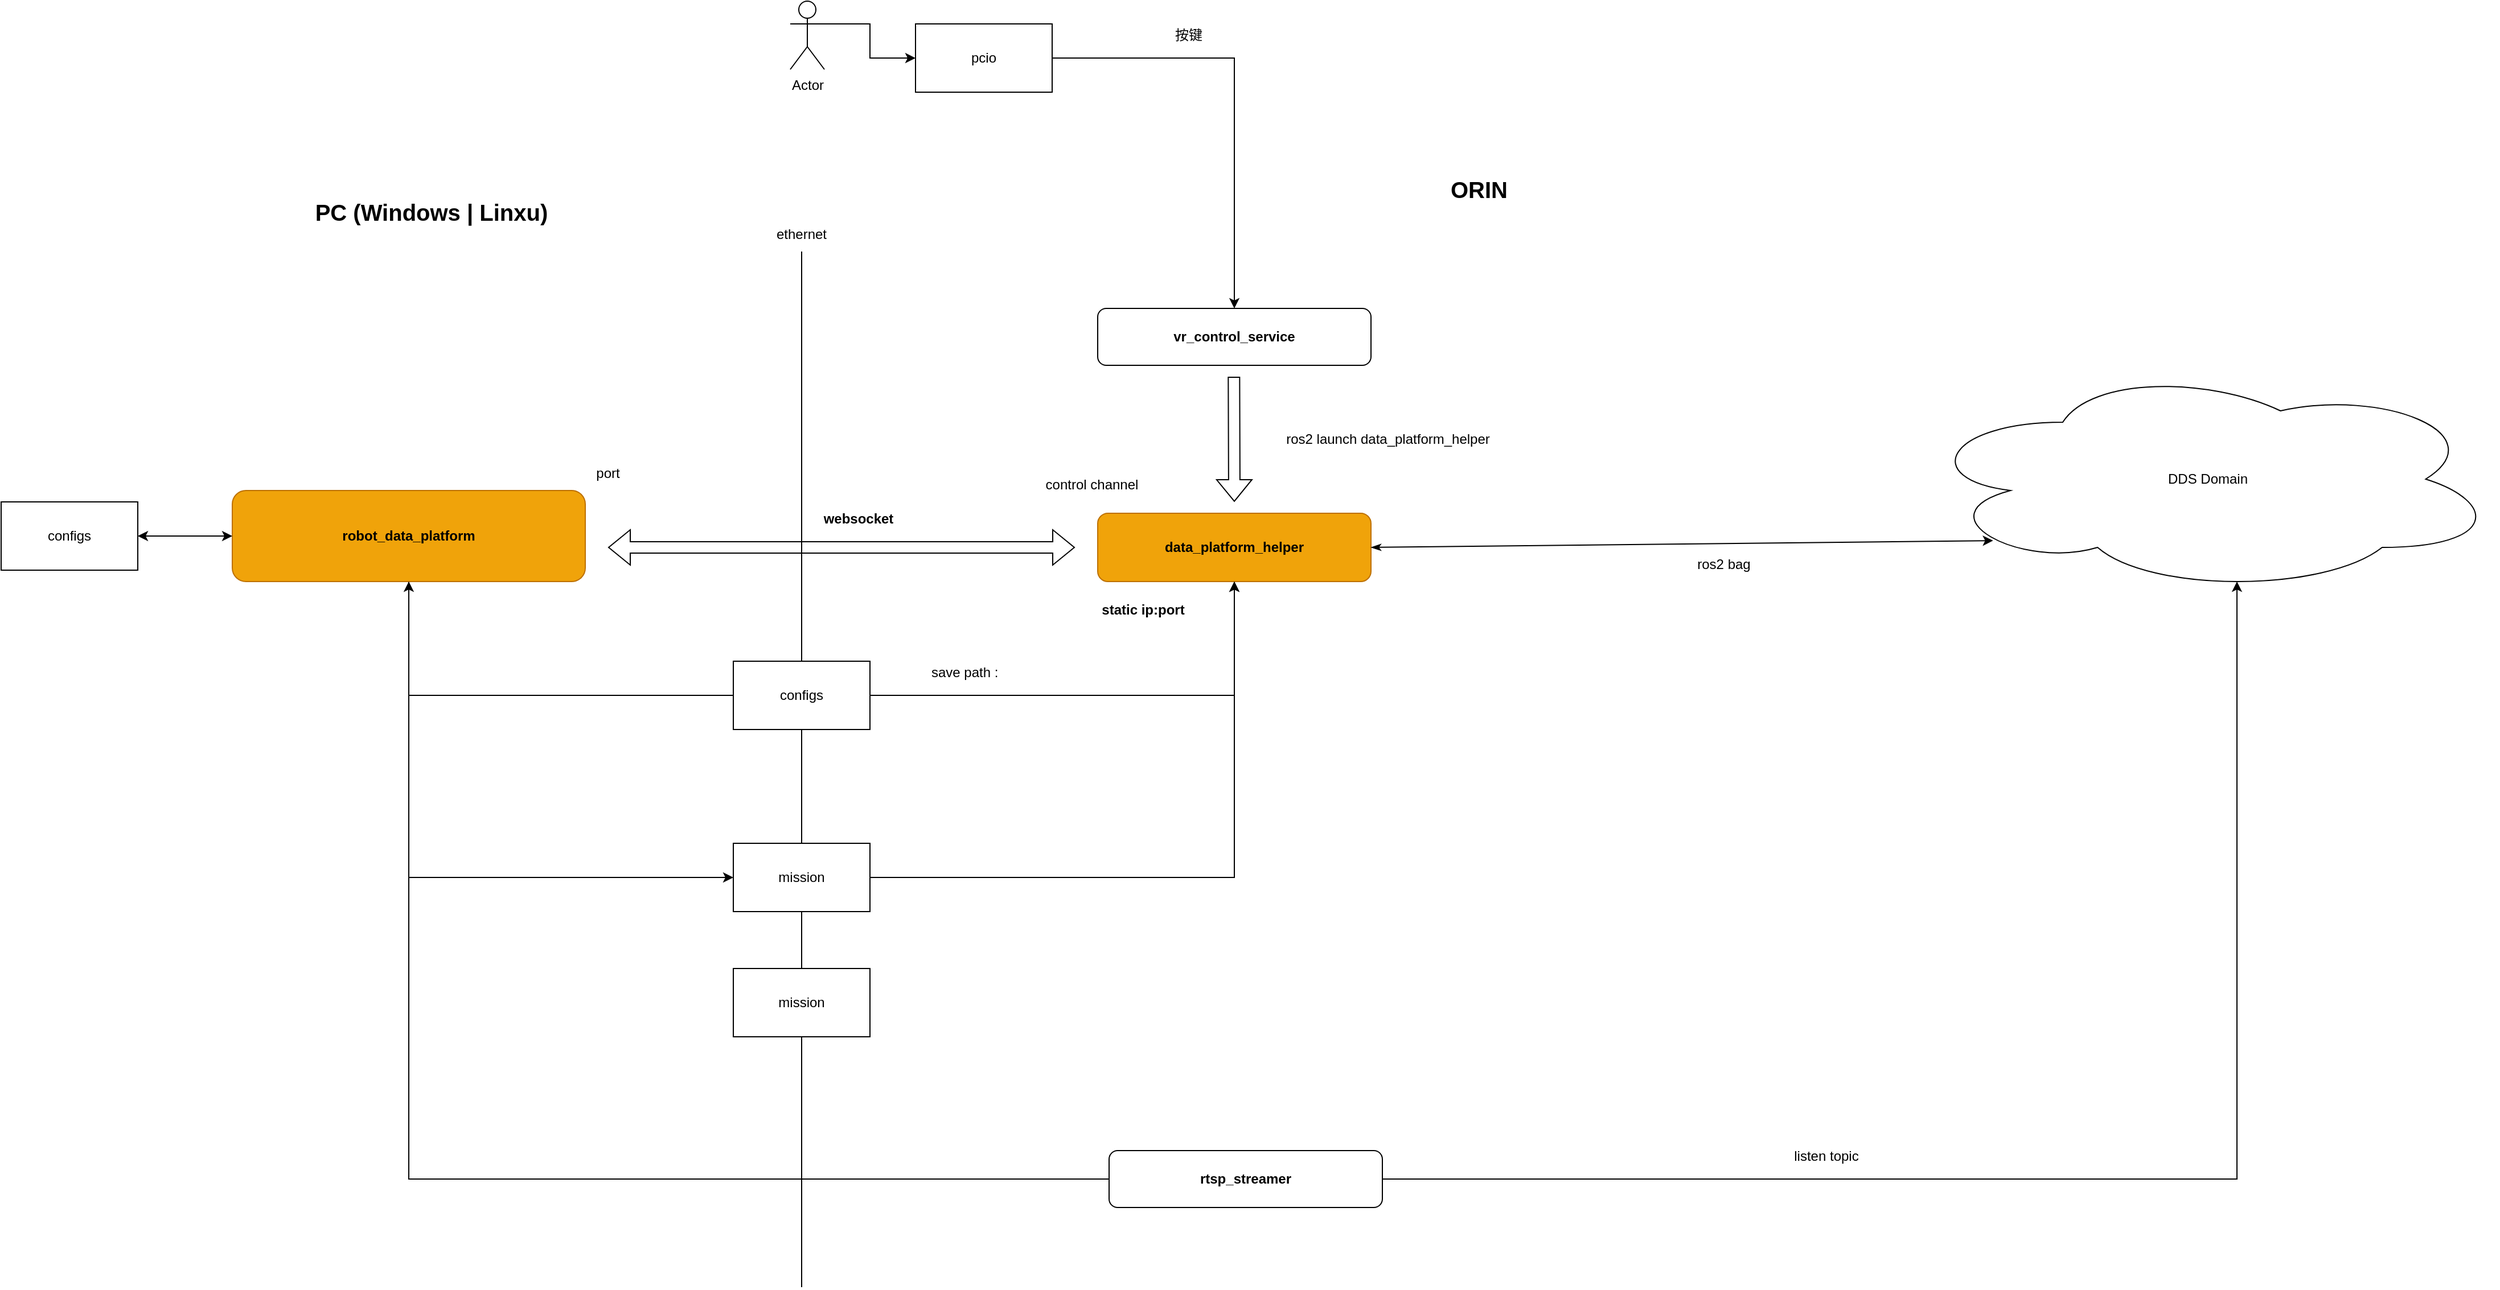
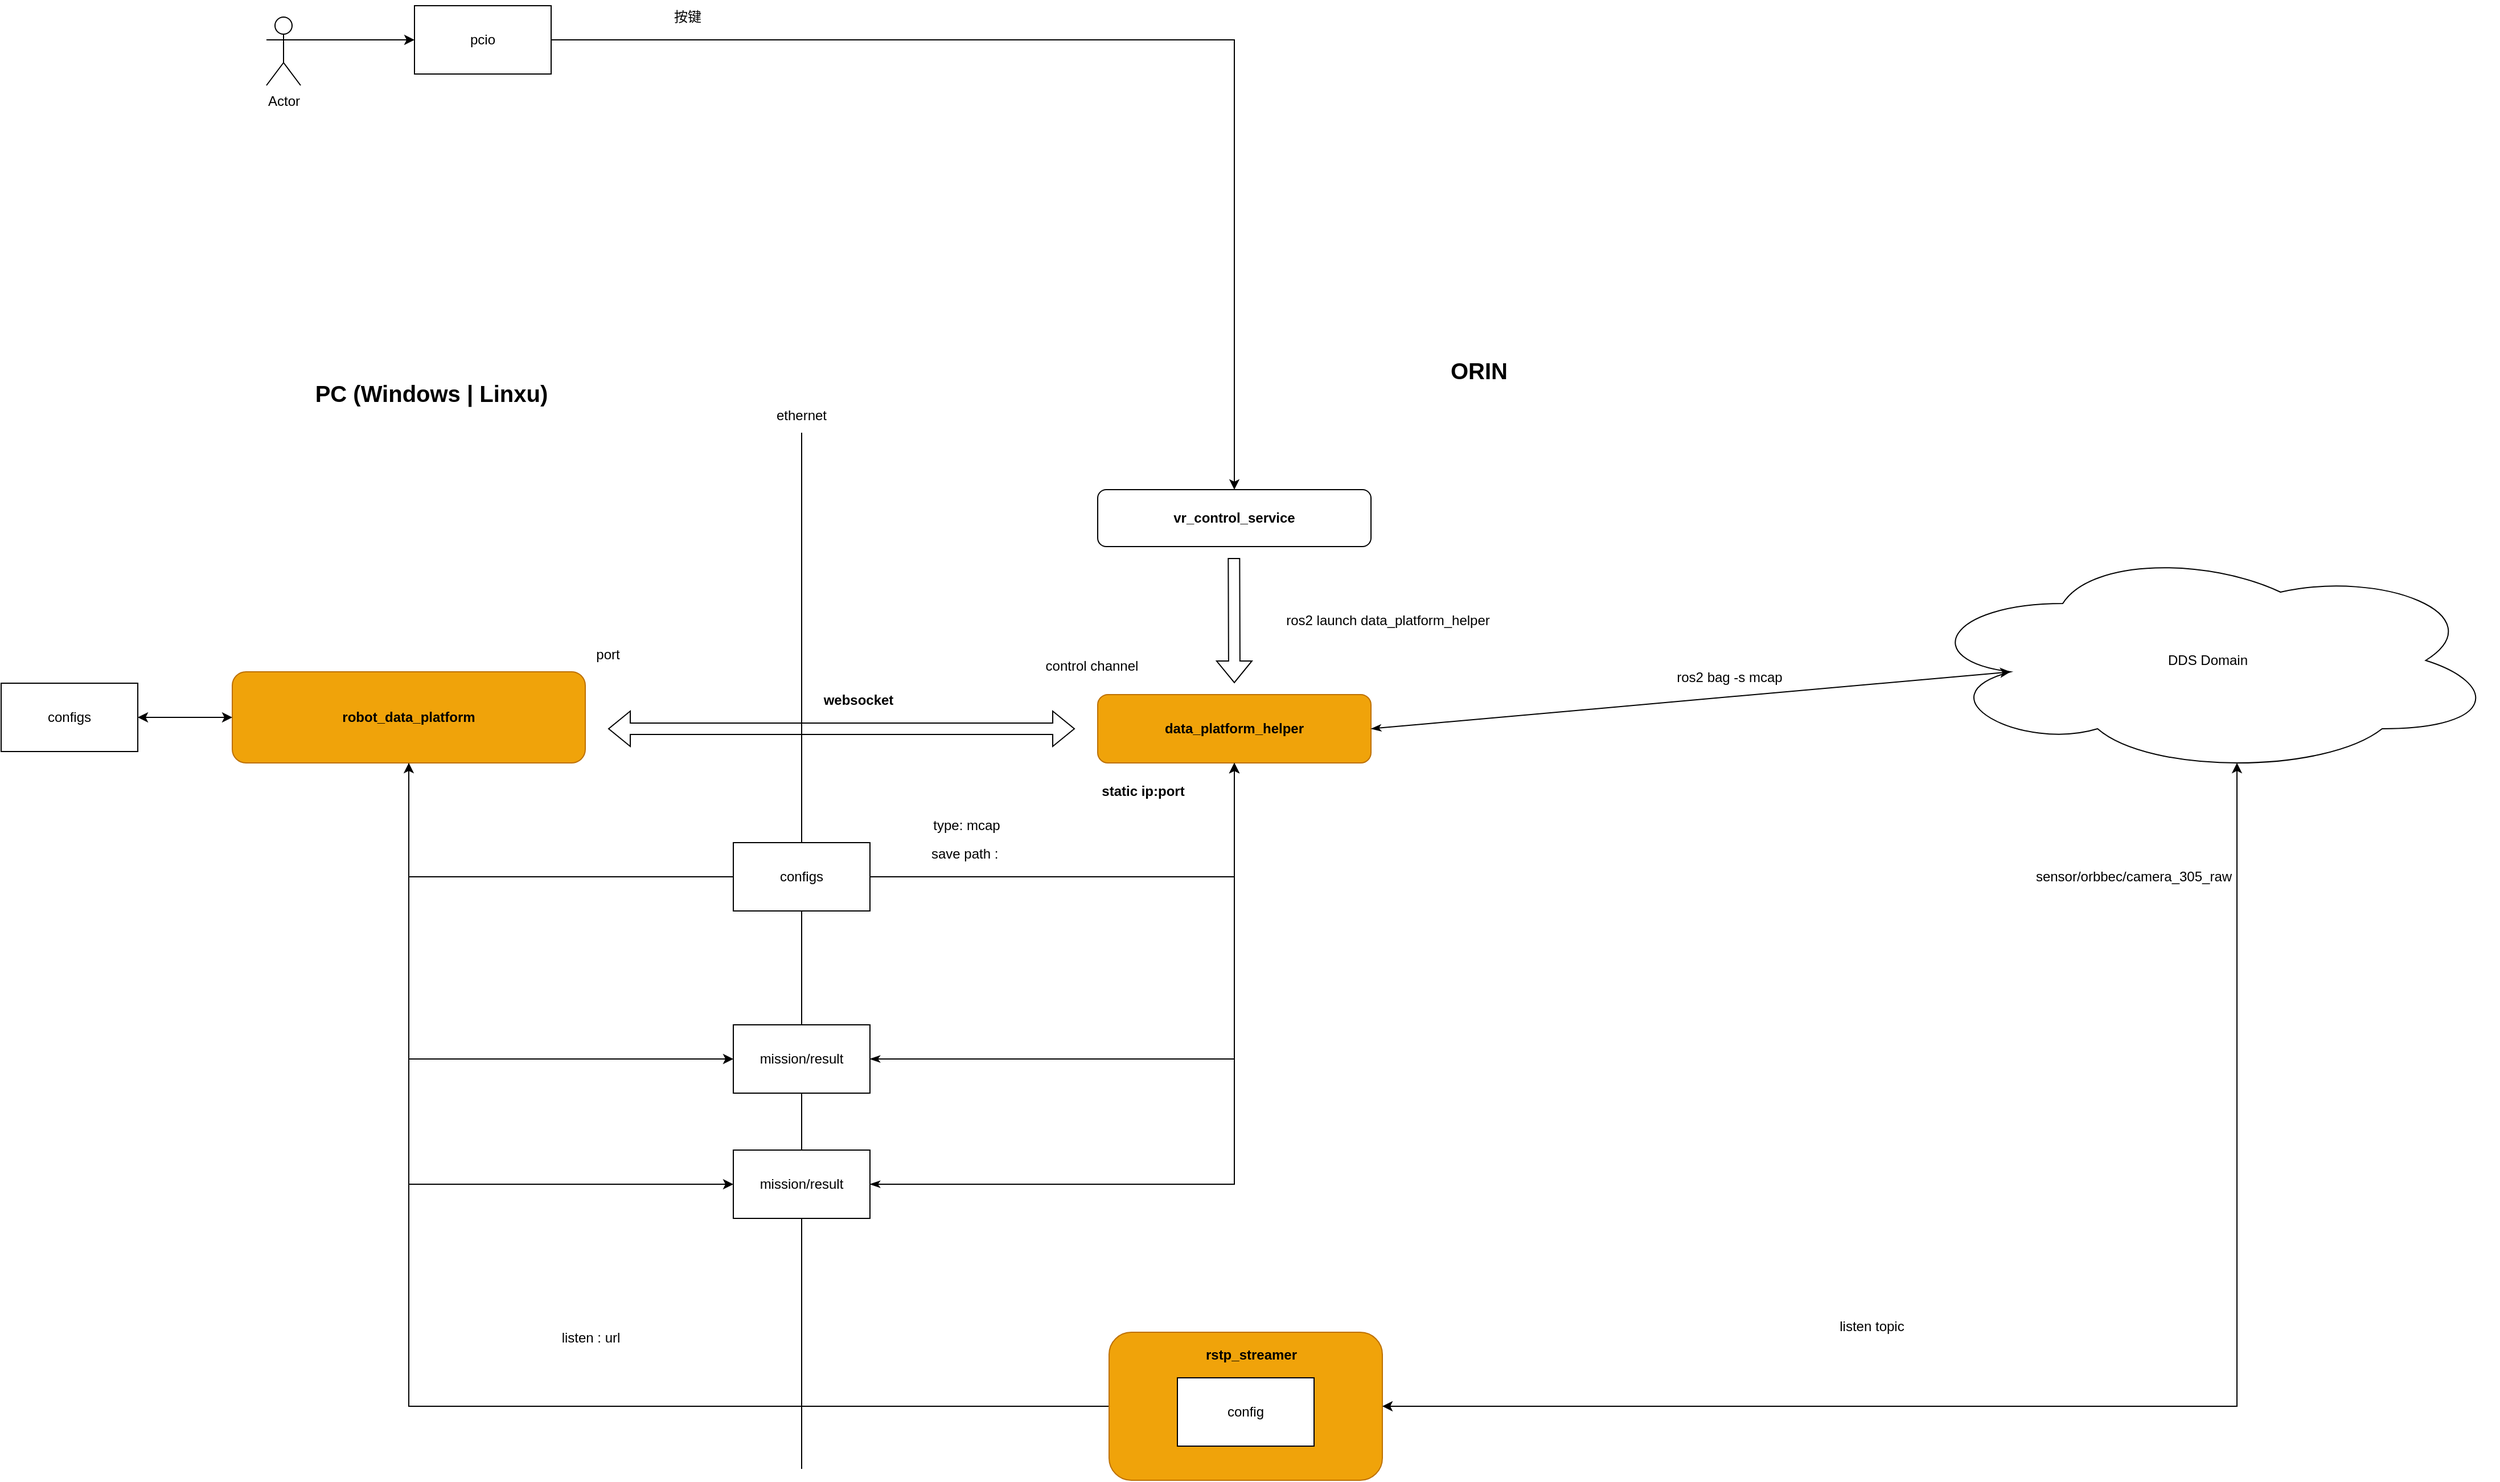
<mxfile host="app.diagrams.net" pages="2">
  <diagram name="第 1 页" id="ybuJFLsuspTRZjUBc2Sj">
-     <mxGraphModel dx="2183" dy="720" grid="1" gridSize="10" guides="1" tooltips="1" connect="1" arrows="1" fold="1" page="1" pageScale="1" pageWidth="827" pageHeight="1169" math="0" shadow="0">
+     <mxGraphModel dx="2377" dy="1992" grid="1" gridSize="10" guides="1" tooltips="1" connect="1" arrows="1" fold="1" page="1" pageScale="1" pageWidth="827" pageHeight="1169" math="0" shadow="0">
      <root>
        <mxCell id="0" />
        <mxCell id="1" parent="0" />
        <mxCell id="PG_7JgB4xY41xIrBQNpI-2" parent="1" style="text;html=1;whiteSpace=wrap;strokeColor=none;fillColor=none;align=center;verticalAlign=middle;rounded=0;fontStyle=1;fontSize=20;" value="ORIN" vertex="1">
          <mxGeometry height="50" width="250" x="640" y="150" as="geometry" />
        </mxCell>
        <mxCell id="PG_7JgB4xY41xIrBQNpI-3" edge="1" parent="1" source="PG_7JgB4xY41xIrBQNpI-25" style="endArrow=none;html=1;rounded=0;" value="">
          <mxGeometry height="50" relative="1" width="50" as="geometry">
            <mxPoint x="170" y="1140" as="sourcePoint" />
            <mxPoint x="170" y="230" as="targetPoint" />
          </mxGeometry>
        </mxCell>
        <mxCell id="PG_7JgB4xY41xIrBQNpI-4" parent="1" style="rounded=1;whiteSpace=wrap;html=1;fontStyle=1;fillColor=#f0a30a;fontColor=#000000;strokeColor=#BD7000;" value="data_platform_helper" vertex="1">
          <mxGeometry height="60" width="240" x="430" y="460" as="geometry" />
        </mxCell>
        <mxCell id="PG_7JgB4xY41xIrBQNpI-6" parent="1" style="rounded=1;whiteSpace=wrap;html=1;fontStyle=1" value="vr_control_service" vertex="1">
          <mxGeometry height="50" width="240" x="430" y="280" as="geometry" />
        </mxCell>
        <mxCell id="PG_7JgB4xY41xIrBQNpI-26" edge="1" parent="1" source="PG_7JgB4xY41xIrBQNpI-7" style="edgeStyle=orthogonalEdgeStyle;rounded=0;orthogonalLoop=1;jettySize=auto;html=1;exitX=0.5;exitY=1;exitDx=0;exitDy=0;entryX=0.5;entryY=1;entryDx=0;entryDy=0;" target="PG_7JgB4xY41xIrBQNpI-4">
          <mxGeometry relative="1" as="geometry">
            <Array as="points">
              <mxPoint x="-175" y="620" />
              <mxPoint x="550" y="620" />
            </Array>
            <mxPoint x="380" y="730" as="targetPoint" />
          </mxGeometry>
        </mxCell>
        <mxCell id="PG_7JgB4xY41xIrBQNpI-33" edge="1" parent="1" source="PG_7JgB4xY41xIrBQNpI-7" style="edgeStyle=orthogonalEdgeStyle;rounded=0;orthogonalLoop=1;jettySize=auto;html=1;exitX=0.5;exitY=1;exitDx=0;exitDy=0;entryX=0;entryY=0.5;entryDx=0;entryDy=0;" target="PG_7JgB4xY41xIrBQNpI-32">
          <mxGeometry relative="1" as="geometry" />
        </mxCell>
+         <mxCell id="PG_7JgB4xY41xIrBQNpI-48" edge="1" parent="1" source="PG_7JgB4xY41xIrBQNpI-7" style="edgeStyle=orthogonalEdgeStyle;rounded=0;orthogonalLoop=1;jettySize=auto;html=1;exitX=0.5;exitY=1;exitDx=0;exitDy=0;entryX=0;entryY=0.5;entryDx=0;entryDy=0;" target="PG_7JgB4xY41xIrBQNpI-38">
+           <mxGeometry relative="1" as="geometry" />
+         </mxCell>
        <mxCell id="PG_7JgB4xY41xIrBQNpI-7" parent="1" style="rounded=1;whiteSpace=wrap;html=1;fontStyle=1;fillColor=#f0a30a;fontColor=#000000;strokeColor=#BD7000;" value="robot_data_platform" vertex="1">
          <mxGeometry height="80" width="310" x="-330" y="440" as="geometry" />
        </mxCell>
        <mxCell id="PG_7JgB4xY41xIrBQNpI-8" parent="1" style="text;html=1;whiteSpace=wrap;strokeColor=none;fillColor=none;align=center;verticalAlign=middle;rounded=0;fontStyle=1;fontSize=20;" value="PC (Windows | Linxu)" vertex="1">
          <mxGeometry height="50" width="250" x="-280" y="170" as="geometry" />
        </mxCell>
        <mxCell id="PG_7JgB4xY41xIrBQNpI-10" edge="1" parent="1" style="shape=flexArrow;endArrow=classic;startArrow=classic;html=1;rounded=0;" value="">
          <mxGeometry height="100" relative="1" width="100" as="geometry">
            <mxPoint y="490" as="sourcePoint" />
            <mxPoint x="410" y="490" as="targetPoint" />
          </mxGeometry>
        </mxCell>
        <mxCell id="PG_7JgB4xY41xIrBQNpI-12" edge="1" parent="1" style="shape=flexArrow;endArrow=classic;html=1;rounded=0;" value="">
          <mxGeometry height="50" relative="1" width="50" as="geometry">
            <mxPoint x="549.66" y="340" as="sourcePoint" />
            <mxPoint x="550" y="450" as="targetPoint" />
          </mxGeometry>
        </mxCell>
        <mxCell id="PG_7JgB4xY41xIrBQNpI-13" parent="1" style="text;html=1;whiteSpace=wrap;strokeColor=none;fillColor=none;align=center;verticalAlign=middle;rounded=0;fontStyle=1" value="websocket" vertex="1">
          <mxGeometry height="30" width="80" x="180" y="450" as="geometry" />
        </mxCell>
        <mxCell id="PG_7JgB4xY41xIrBQNpI-14" parent="1" style="text;html=1;whiteSpace=wrap;strokeColor=none;fillColor=none;align=center;verticalAlign=middle;rounded=0;" value="ethernet" vertex="1">
          <mxGeometry height="30" width="60" x="140" y="200" as="geometry" />
        </mxCell>
        <mxCell id="PG_7JgB4xY41xIrBQNpI-18" edge="1" parent="1" source="PG_7JgB4xY41xIrBQNpI-15" style="edgeStyle=orthogonalEdgeStyle;rounded=0;orthogonalLoop=1;jettySize=auto;html=1;exitX=1;exitY=0.3333333333333333;exitDx=0;exitDy=0;exitPerimeter=0;entryX=0;entryY=0.5;entryDx=0;entryDy=0;" target="PG_7JgB4xY41xIrBQNpI-16">
          <mxGeometry relative="1" as="geometry" />
        </mxCell>
        <mxCell id="PG_7JgB4xY41xIrBQNpI-15" parent="1" style="shape=umlActor;verticalLabelPosition=bottom;verticalAlign=top;html=1;outlineConnect=0;" value="Actor" vertex="1">
-           <mxGeometry height="60" width="30" x="160" y="10" as="geometry" />
+           <mxGeometry height="60" width="30" x="-300" y="-135" as="geometry" />
        </mxCell>
        <mxCell id="PG_7JgB4xY41xIrBQNpI-19" edge="1" parent="1" source="PG_7JgB4xY41xIrBQNpI-16" style="edgeStyle=orthogonalEdgeStyle;rounded=0;orthogonalLoop=1;jettySize=auto;html=1;exitX=1;exitY=0.5;exitDx=0;exitDy=0;entryX=0.5;entryY=0;entryDx=0;entryDy=0;" target="PG_7JgB4xY41xIrBQNpI-6">
          <mxGeometry relative="1" as="geometry" />
        </mxCell>
        <mxCell id="PG_7JgB4xY41xIrBQNpI-16" parent="1" style="whiteSpace=wrap;html=1;" value="pcio" vertex="1">
-           <mxGeometry height="60" width="120" x="270" y="30" as="geometry" />
+           <mxGeometry height="60" width="120" x="-170" y="-145" as="geometry" />
        </mxCell>
        <mxCell id="PG_7JgB4xY41xIrBQNpI-20" parent="1" style="text;html=1;whiteSpace=wrap;strokeColor=none;fillColor=none;align=center;verticalAlign=middle;rounded=0;" value="ros2 launch data_platform_helper" vertex="1">
          <mxGeometry height="30" width="230" x="570" y="380" as="geometry" />
        </mxCell>
        <mxCell id="PG_7JgB4xY41xIrBQNpI-21" parent="1" style="text;html=1;whiteSpace=wrap;strokeColor=none;fillColor=none;align=center;verticalAlign=middle;rounded=0;" value="control channel" vertex="1">
          <mxGeometry height="30" width="110" x="370" y="420" as="geometry" />
        </mxCell>
        <mxCell id="PG_7JgB4xY41xIrBQNpI-22" parent="1" style="text;html=1;whiteSpace=wrap;strokeColor=none;fillColor=none;align=center;verticalAlign=middle;rounded=0;" value="port" vertex="1">
          <mxGeometry height="30" width="60" x="-30" y="410" as="geometry" />
        </mxCell>
        <mxCell id="PG_7JgB4xY41xIrBQNpI-23" parent="1" style="text;html=1;whiteSpace=wrap;strokeColor=none;fillColor=none;align=center;verticalAlign=middle;rounded=0;fontStyle=1" value="static ip:port" vertex="1">
          <mxGeometry height="30" width="100" x="420" y="530" as="geometry" />
        </mxCell>
        <mxCell id="PG_7JgB4xY41xIrBQNpI-29" parent="1" style="text;html=1;whiteSpace=wrap;strokeColor=none;fillColor=none;align=center;verticalAlign=middle;rounded=0;" value="listen topic" vertex="1">
-           <mxGeometry height="30" width="60" x="1040" y="1010" as="geometry" />
+           <mxGeometry height="50" width="200" x="1010" y="990" as="geometry" />
        </mxCell>
        <mxCell id="PG_7JgB4xY41xIrBQNpI-31" parent="1" style="ellipse;shape=cloud;whiteSpace=wrap;html=1;align=center;" value="DDS Domain" vertex="1">
          <mxGeometry height="200" width="510" x="1150" y="330" as="geometry" />
        </mxCell>
-         <mxCell id="PG_7JgB4xY41xIrBQNpI-34" edge="1" parent="1" source="PG_7JgB4xY41xIrBQNpI-32" style="edgeStyle=orthogonalEdgeStyle;rounded=0;orthogonalLoop=1;jettySize=auto;html=1;exitX=1;exitY=0.5;exitDx=0;exitDy=0;entryX=0.5;entryY=1;entryDx=0;entryDy=0;" target="PG_7JgB4xY41xIrBQNpI-4">
+         <mxCell id="PG_7JgB4xY41xIrBQNpI-34" edge="1" parent="1" source="PG_7JgB4xY41xIrBQNpI-32" style="edgeStyle=orthogonalEdgeStyle;rounded=0;orthogonalLoop=1;jettySize=auto;html=1;exitX=1;exitY=0.5;exitDx=0;exitDy=0;entryX=0.5;entryY=1;entryDx=0;entryDy=0;startArrow=classicThin;startFill=1;" target="PG_7JgB4xY41xIrBQNpI-4">
          <mxGeometry relative="1" as="geometry" />
        </mxCell>
-         <mxCell id="PG_7JgB4xY41xIrBQNpI-35" edge="1" parent="1" source="PG_7JgB4xY41xIrBQNpI-4" style="endArrow=classic;html=1;rounded=0;exitX=1;exitY=0.5;exitDx=0;exitDy=0;entryX=0.13;entryY=0.77;entryDx=0;entryDy=0;entryPerimeter=0;startArrow=classicThin;startFill=1;" target="PG_7JgB4xY41xIrBQNpI-31" value="">
+         <mxCell id="PG_7JgB4xY41xIrBQNpI-35" edge="1" parent="1" source="PG_7JgB4xY41xIrBQNpI-4" style="endArrow=classic;html=1;rounded=0;exitX=1;exitY=0.5;exitDx=0;exitDy=0;entryX=0.16;entryY=0.55;entryDx=0;entryDy=0;entryPerimeter=0;startArrow=classicThin;startFill=1;" target="PG_7JgB4xY41xIrBQNpI-31" value="">
          <mxGeometry height="50" relative="1" width="50" as="geometry">
            <mxPoint x="810" y="570" as="sourcePoint" />
            <mxPoint x="1326" y="490" as="targetPoint" />
          </mxGeometry>
        </mxCell>
-         <mxCell id="PG_7JgB4xY41xIrBQNpI-36" parent="1" style="text;html=1;whiteSpace=wrap;strokeColor=none;fillColor=none;align=center;verticalAlign=middle;rounded=0;" value="ros2 bag" vertex="1">
-           <mxGeometry height="30" width="60" x="950" y="490" as="geometry" />
+         <mxCell id="PG_7JgB4xY41xIrBQNpI-36" parent="1" style="text;html=1;whiteSpace=wrap;strokeColor=none;fillColor=none;align=center;verticalAlign=middle;rounded=0;" value="ros2 bag -s mcap" vertex="1">
+           <mxGeometry height="30" width="130" x="920" y="430" as="geometry" />
        </mxCell>
        <mxCell id="PG_7JgB4xY41xIrBQNpI-37" parent="1" style="text;html=1;whiteSpace=wrap;strokeColor=none;fillColor=none;align=center;verticalAlign=middle;rounded=0;" value="save path :&amp;nbsp;" vertex="1">
          <mxGeometry height="30" width="130" x="250" y="585" as="geometry" />
        </mxCell>
        <mxCell id="PG_7JgB4xY41xIrBQNpI-40" edge="1" parent="1" source="PG_7JgB4xY41xIrBQNpI-39" style="edgeStyle=orthogonalEdgeStyle;rounded=0;orthogonalLoop=1;jettySize=auto;html=1;startArrow=classic;startFill=1;" target="PG_7JgB4xY41xIrBQNpI-7" value="">
          <mxGeometry relative="1" as="geometry" />
        </mxCell>
        <mxCell id="PG_7JgB4xY41xIrBQNpI-39" parent="1" style="whiteSpace=wrap;html=1;" value="configs" vertex="1">
          <mxGeometry height="60" width="120" x="-533" y="450" as="geometry" />
        </mxCell>
        <mxCell id="PG_7JgB4xY41xIrBQNpI-41" edge="1" parent="1" style="endArrow=none;html=1;rounded=0;" target="PG_7JgB4xY41xIrBQNpI-25" value="">
          <mxGeometry height="50" relative="1" width="50" as="geometry">
            <mxPoint x="170" y="1140" as="sourcePoint" />
            <mxPoint x="170" y="230" as="targetPoint" />
          </mxGeometry>
        </mxCell>
        <mxCell id="PG_7JgB4xY41xIrBQNpI-25" parent="1" style="whiteSpace=wrap;html=1;" value="configs" vertex="1">
          <mxGeometry height="60" width="120" x="110" y="590" as="geometry" />
        </mxCell>
-         <mxCell id="PG_7JgB4xY41xIrBQNpI-32" parent="1" style="rounded=0;whiteSpace=wrap;html=1;" value="mission" vertex="1">
+         <mxCell id="PG_7JgB4xY41xIrBQNpI-32" parent="1" style="rounded=0;whiteSpace=wrap;html=1;" value="mission/result" vertex="1">
          <mxGeometry height="60" width="120" x="110" y="750" as="geometry" />
        </mxCell>
-         <mxCell id="PG_7JgB4xY41xIrBQNpI-38" parent="1" style="rounded=0;whiteSpace=wrap;html=1;" value="mission" vertex="1">
+         <mxCell id="PG_7JgB4xY41xIrBQNpI-49" edge="1" parent="1" source="PG_7JgB4xY41xIrBQNpI-38" style="edgeStyle=orthogonalEdgeStyle;rounded=0;orthogonalLoop=1;jettySize=auto;html=1;exitX=1;exitY=0.5;exitDx=0;exitDy=0;entryX=0.5;entryY=1;entryDx=0;entryDy=0;startArrow=classicThin;startFill=1;" target="PG_7JgB4xY41xIrBQNpI-4">
+           <mxGeometry relative="1" as="geometry" />
+         </mxCell>
+         <mxCell id="PG_7JgB4xY41xIrBQNpI-38" parent="1" style="rounded=0;whiteSpace=wrap;html=1;" value="mission/result" vertex="1">
          <mxGeometry height="60" width="120" x="110" y="860" as="geometry" />
        </mxCell>
        <mxCell id="PG_7JgB4xY41xIrBQNpI-42" parent="1" style="text;html=1;whiteSpace=wrap;strokeColor=none;fillColor=none;align=center;verticalAlign=middle;rounded=0;" value="按键" vertex="1">
-           <mxGeometry height="30" width="60" x="480" y="25" as="geometry" />
+           <mxGeometry height="30" width="60" x="40" y="-150" as="geometry" />
        </mxCell>
        <mxCell id="PG_7JgB4xY41xIrBQNpI-44" edge="1" parent="1" source="PG_7JgB4xY41xIrBQNpI-43" style="edgeStyle=orthogonalEdgeStyle;rounded=0;orthogonalLoop=1;jettySize=auto;html=1;exitX=0;exitY=0.5;exitDx=0;exitDy=0;entryX=0.5;entryY=1;entryDx=0;entryDy=0;" target="PG_7JgB4xY41xIrBQNpI-7">
          <mxGeometry relative="1" as="geometry" />
        </mxCell>
-         <mxCell id="PG_7JgB4xY41xIrBQNpI-43" parent="1" style="rounded=1;whiteSpace=wrap;html=1;fontStyle=1" value="rtsp_streamer" vertex="1">
-           <mxGeometry height="50" width="240" x="440" y="1020" as="geometry" />
+         <mxCell id="PG_7JgB4xY41xIrBQNpI-43" parent="1" style="rounded=1;whiteSpace=wrap;html=1;fontStyle=1;fillColor=#f0a30a;fontColor=#000000;strokeColor=#BD7000;" value="" vertex="1">
+           <mxGeometry height="130" width="240" x="440" y="1020" as="geometry" />
        </mxCell>
-         <mxCell id="PG_7JgB4xY41xIrBQNpI-45" edge="1" parent="1" source="PG_7JgB4xY41xIrBQNpI-43" style="edgeStyle=orthogonalEdgeStyle;rounded=0;orthogonalLoop=1;jettySize=auto;html=1;exitX=1;exitY=0.5;exitDx=0;exitDy=0;entryX=0.55;entryY=0.95;entryDx=0;entryDy=0;entryPerimeter=0;" target="PG_7JgB4xY41xIrBQNpI-31">
+         <mxCell id="PG_7JgB4xY41xIrBQNpI-45" edge="1" parent="1" source="PG_7JgB4xY41xIrBQNpI-43" style="edgeStyle=orthogonalEdgeStyle;rounded=0;orthogonalLoop=1;jettySize=auto;html=1;exitX=1;exitY=0.5;exitDx=0;exitDy=0;entryX=0.55;entryY=0.95;entryDx=0;entryDy=0;entryPerimeter=0;startArrow=classic;startFill=1;" target="PG_7JgB4xY41xIrBQNpI-31">
          <mxGeometry relative="1" as="geometry" />
+         </mxCell>
+         <mxCell id="PG_7JgB4xY41xIrBQNpI-53" parent="1" style="text;html=1;whiteSpace=wrap;strokeColor=none;fillColor=none;align=center;verticalAlign=middle;rounded=0;" value="type: mcap" vertex="1">
+           <mxGeometry height="30" width="120" x="255" y="560" as="geometry" />
+         </mxCell>
+         <mxCell id="PG_7JgB4xY41xIrBQNpI-54" parent="1" style="text;html=1;whiteSpace=wrap;strokeColor=none;fillColor=none;align=center;verticalAlign=middle;rounded=0;" value="listen : url" vertex="1">
+           <mxGeometry height="40" width="90" x="-60" y="1005" as="geometry" />
+         </mxCell>
+         <mxCell id="PG_7JgB4xY41xIrBQNpI-55" parent="1" style="text;html=1;whiteSpace=wrap;strokeColor=none;fillColor=none;align=center;verticalAlign=middle;rounded=0;" value="sensor/orbbec/camera_305_raw" vertex="1">
+           <mxGeometry height="40" width="180" x="1250" y="600" as="geometry" />
+         </mxCell>
+         <mxCell id="PG_7JgB4xY41xIrBQNpI-56" parent="1" style="whiteSpace=wrap;html=1;" value="config" vertex="1">
+           <mxGeometry height="60" width="120" x="500" y="1060" as="geometry" />
+         </mxCell>
+         <mxCell id="PG_7JgB4xY41xIrBQNpI-60" parent="1" style="text;html=1;whiteSpace=wrap;strokeColor=none;fillColor=none;align=center;verticalAlign=middle;rounded=0;fontStyle=1" value="rstp_streamer" vertex="1">
+           <mxGeometry height="40" width="130" x="500" y="1020" as="geometry" />
        </mxCell>
      </root>
    </mxGraphModel>
  </diagram>
  <diagram id="ERyvKfnW-TPwMhuBreaX" name="第 2 页">
    <mxGraphModel dx="1122" dy="596" grid="1" gridSize="10" guides="1" tooltips="1" connect="1" arrows="1" fold="1" page="1" pageScale="1" pageWidth="827" pageHeight="1169" math="0" shadow="0">
      <root>
        <mxCell id="0" />
        <mxCell id="1" parent="0" />
        <mxCell id="Lt_kapkQ0GCsb_hZqIK--1" parent="1" style="rounded=1;whiteSpace=wrap;html=1;" value="" vertex="1">
          <mxGeometry height="60" width="120" x="40" y="280" as="geometry" />
        </mxCell>
      </root>
    </mxGraphModel>
  </diagram>
</mxfile>
